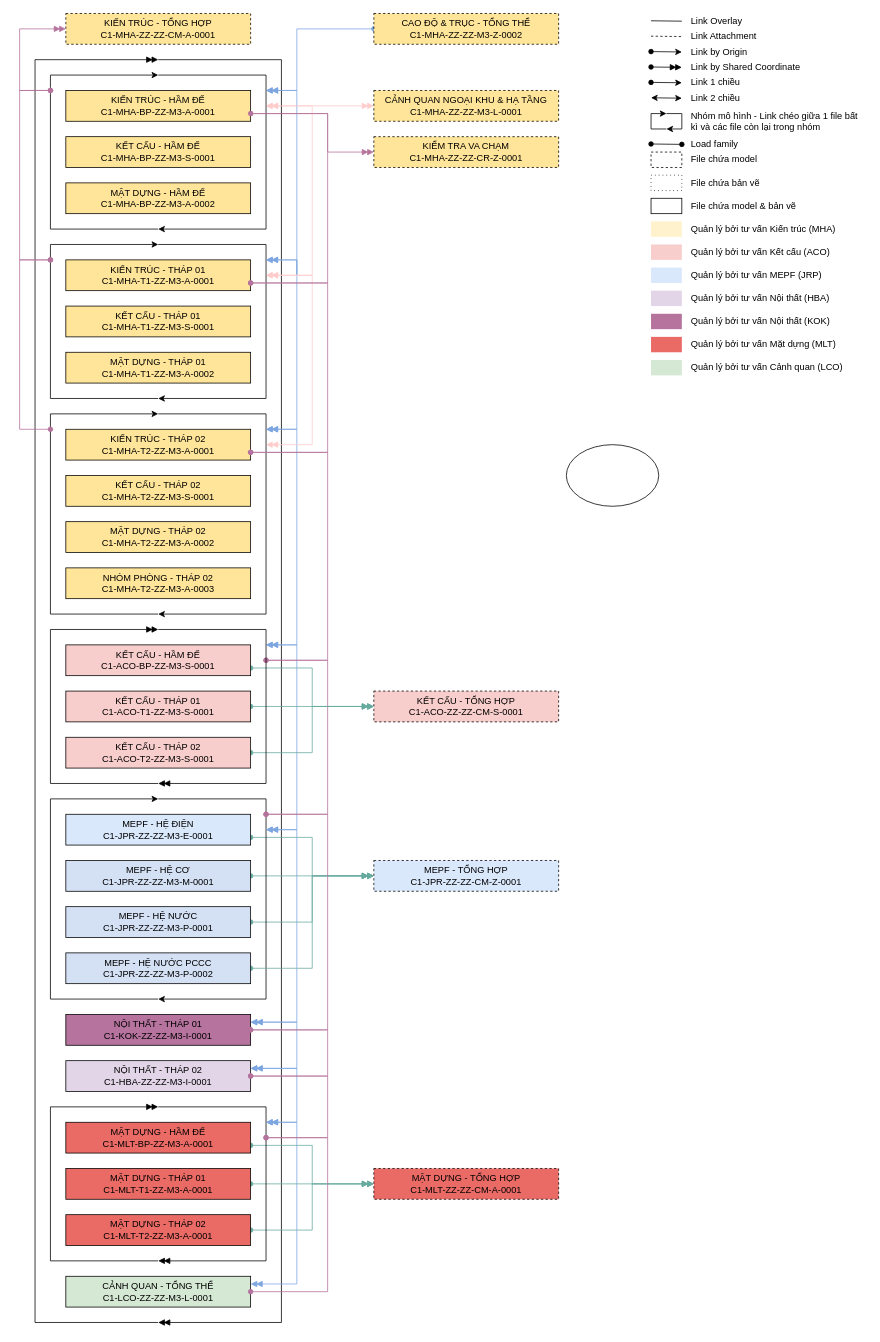
This is C1_Federated Model Diagram.drawio from Trinity248/DrawIO, a draw.io file, before an edit. Source tidied: cells renumbered, new cells numbered last; positions are measured from the earlier drawing's top-left corner, leaving out a move shared by most shapes. Both pictures are drawn from the tidied source at 77%, with x=0, y=0 at pixel (19, 13).
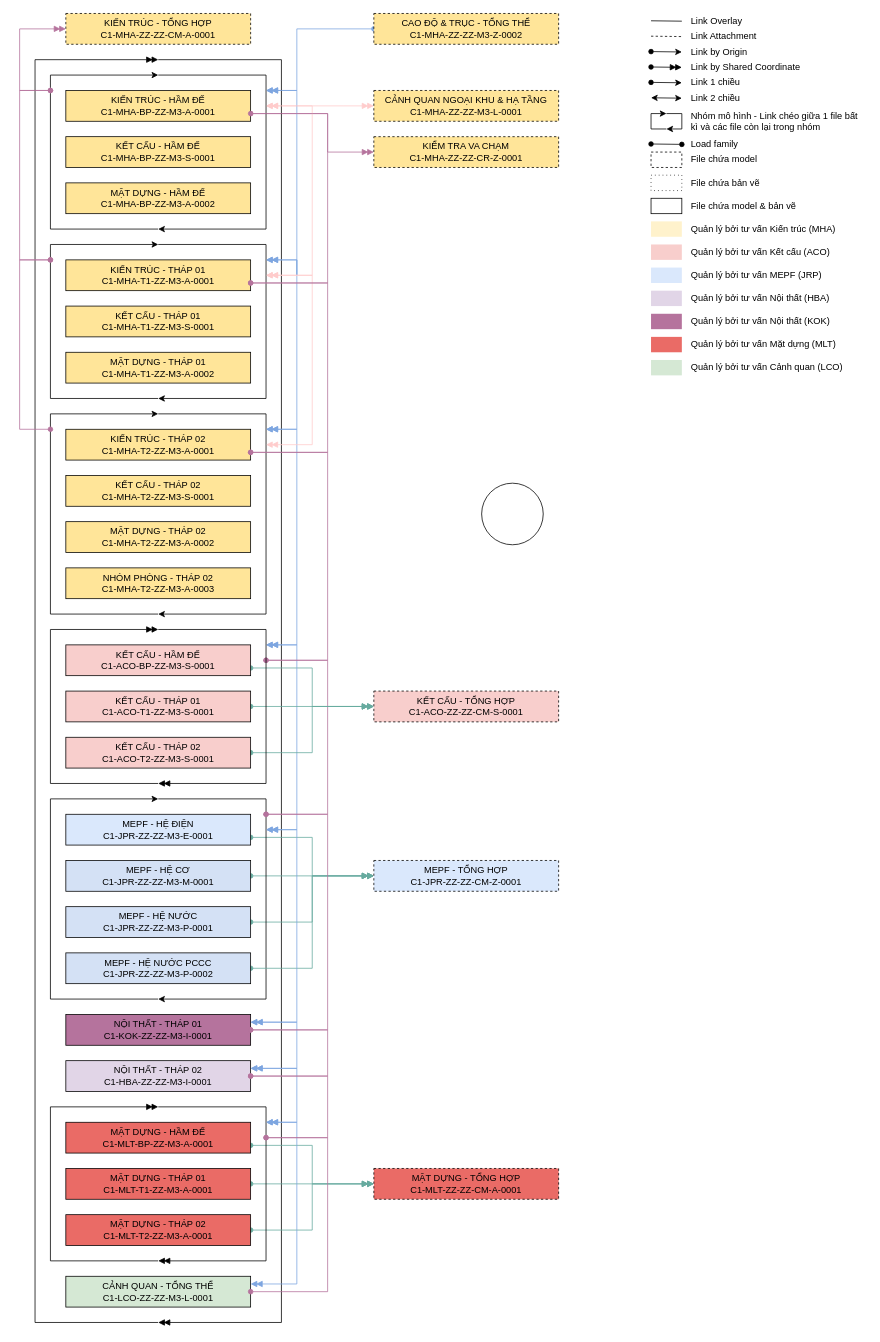
The same page after the edit.

What changed in the source:
```diff
@@
-    <mxCell id="117" style="ellipse;whiteSpace=wrap;html=1;" parent="1" vertex="1">
-      <mxGeometry x="710" y="560" width="120" height="80" as="geometry" />
-    </mxCell>
+    <mxCell id="118" style="ellipse;whiteSpace=wrap;html=1;" parent="1" vertex="1">
+      <mxGeometry x="600" y="610" width="80" height="80" as="geometry" />
+    </mxCell>
```
